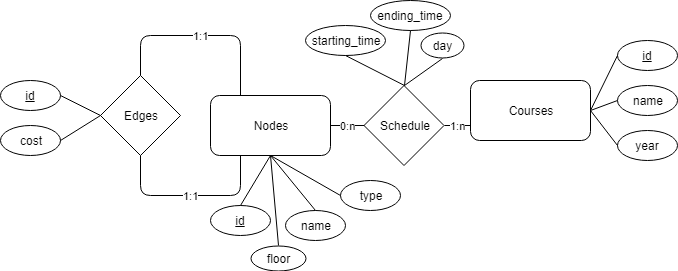
This is project_ARGuide/information_architecture/ER Diagram(s)/image format/Building ER Diagram.png from Alexandru2909/Software-Engineering-E2, a draw.io export, as it was before one commit. Source tidied: cells renumbered, new cells last; positions are measured from the earlier drawing's top-left corner, leaving out a move shared by most shapes.
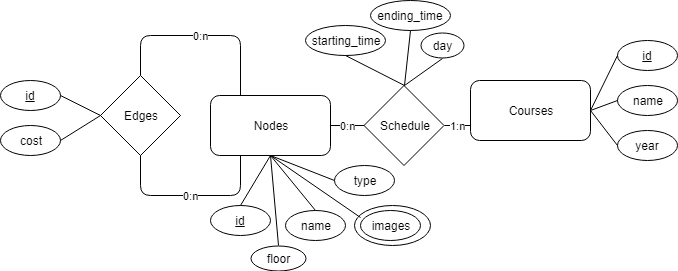
Above is the later version.

The edit, as a diff of the source:
```diff
@@ -2,6 +2,9 @@
   <root>
     <mxCell id="0" />
     <mxCell id="1" parent="0" />
+    <mxCell id="34" style="ellipse;whiteSpace=wrap;html=1;" parent="1" vertex="1">
+      <mxGeometry x="354" y="205" width="76" height="40" as="geometry" />
+    </mxCell>
     <mxCell id="2" value="Nodes" style="rounded=1;whiteSpace=wrap;html=1;" parent="1" vertex="1">
       <mxGeometry x="210" y="95" width="120" height="60" as="geometry" />
     </mxCell>
@@ -62,7 +65,7 @@
     <mxCell id="21" style="endArrow=none;html=1;entryX=0.5;entryY=1;entryDx=0;entryDy=0;exitX=0.5;exitY=0;exitDx=0;exitDy=0;" parent="1" edge="1" source="13" target="2">
       <mxGeometry relative="1" as="geometry" />
     </mxCell>
-    <mxCell id="22" value="1:1" style="endArrow=none;html=1;entryX=0.25;entryY=0;entryDx=0;entryDy=0;exitX=0.5;exitY=0;exitDx=0;exitDy=0;" parent="1" edge="1" source="3" target="2">
+    <mxCell id="22" value="0:n" style="endArrow=none;html=1;entryX=0.25;entryY=0;entryDx=0;entryDy=0;exitX=0.5;exitY=0;exitDx=0;exitDy=0;" parent="1" edge="1" source="3" target="2">
       <mxGeometry relative="1" as="geometry">
         <Array as="points">
           <mxPoint x="140" y="35" />
@@ -70,7 +73,7 @@
         </Array>
       </mxGeometry>
     </mxCell>
-    <mxCell id="23" value="1:1" style="endArrow=none;html=1;entryX=0.25;entryY=1;entryDx=0;entryDy=0;exitX=0.5;exitY=1;exitDx=0;exitDy=0;" parent="1" edge="1" source="3" target="2">
+    <mxCell id="23" value="0:n" style="endArrow=none;html=1;entryX=0.25;entryY=1;entryDx=0;entryDy=0;exitX=0.5;exitY=1;exitDx=0;exitDy=0;" parent="1" edge="1" source="3" target="2">
       <mxGeometry relative="1" as="geometry">
         <Array as="points">
           <mxPoint x="140" y="195" />
@@ -103,10 +106,18 @@
       <mxGeometry relative="1" as="geometry" />
     </mxCell>
     <mxCell id="32" value="type&lt;br&gt;" style="ellipse;whiteSpace=wrap;html=1;" parent="1" vertex="1">
-      <mxGeometry x="340" y="180" width="60" height="30" as="geometry" />
+      <mxGeometry x="333.5" y="165" width="60" height="30" as="geometry" />
     </mxCell>
     <mxCell id="33" style="endArrow=none;html=1;entryX=0.5;entryY=1;entryDx=0;entryDy=0;exitX=0;exitY=0.5;exitDx=0;exitDy=0;" parent="1" edge="1" source="32" target="2">
       <mxGeometry relative="1" as="geometry" />
     </mxCell>
+    <mxCell id="35" value="images&lt;br&gt;" style="ellipse;whiteSpace=wrap;html=1;" parent="1" vertex="1">
+      <mxGeometry x="360" y="210" width="60" height="30" as="geometry" />
+    </mxCell>
+    <mxCell id="36" style="endArrow=none;html=1;exitX=0;exitY=0.233;exitDx=0;exitDy=0;exitPerimeter=0;" parent="1" edge="1" source="35">
+      <mxGeometry relative="1" as="geometry">
+        <mxPoint x="270" y="155" as="targetPoint" />
+      </mxGeometry>
+    </mxCell>
   </root>
 </mxGraphModel>
```
